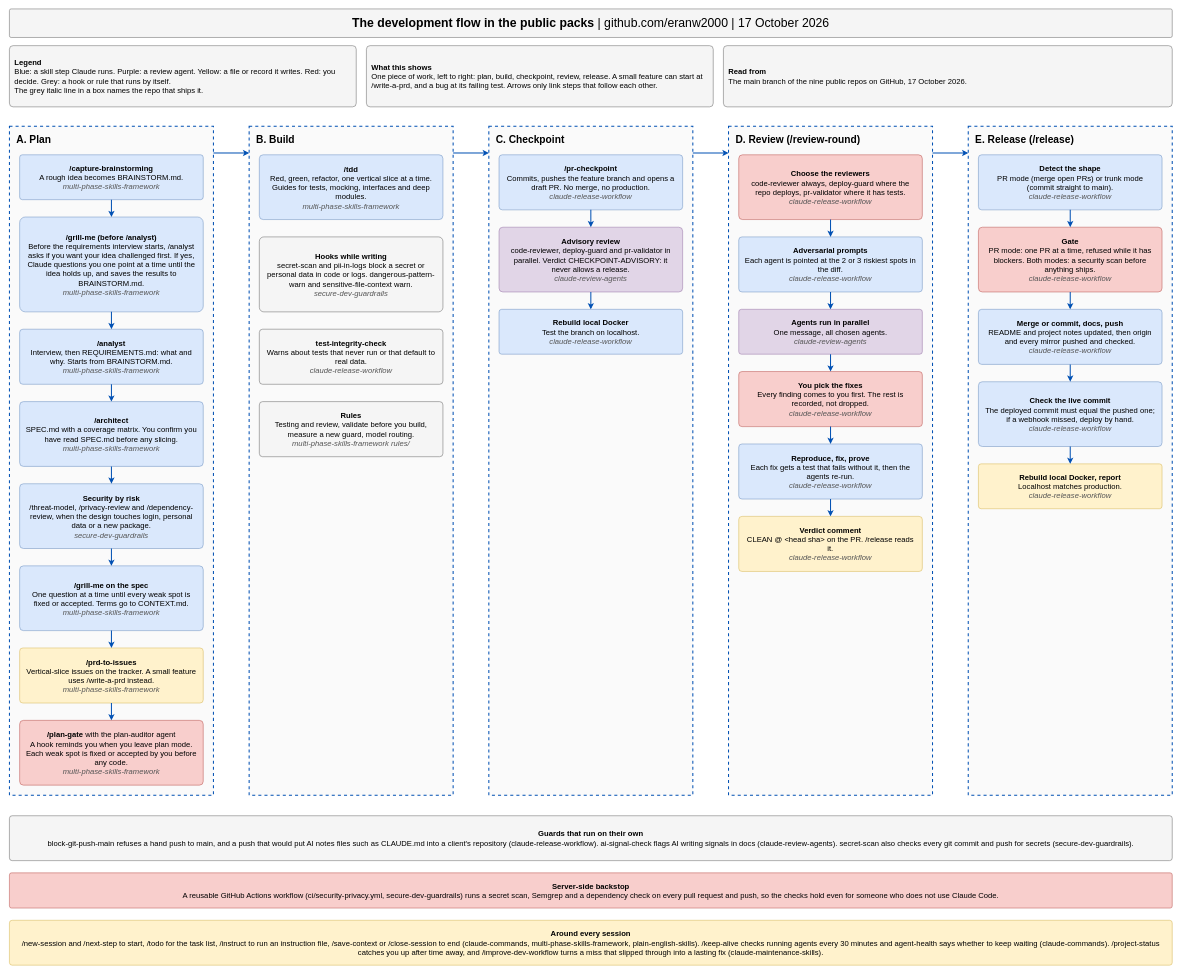
This is docs/development-flow.drawio from eranw2000/eranw2000, a draw.io file, before an edit. Source tidied: cells renumbered, new cells numbered last; positions are measured from the earlier drawing's top-left corner, leaving out a move shared by most shapes. Both pictures are drawn from the tidied source at 51%, with x=0, y=0 at pixel (9, 9).
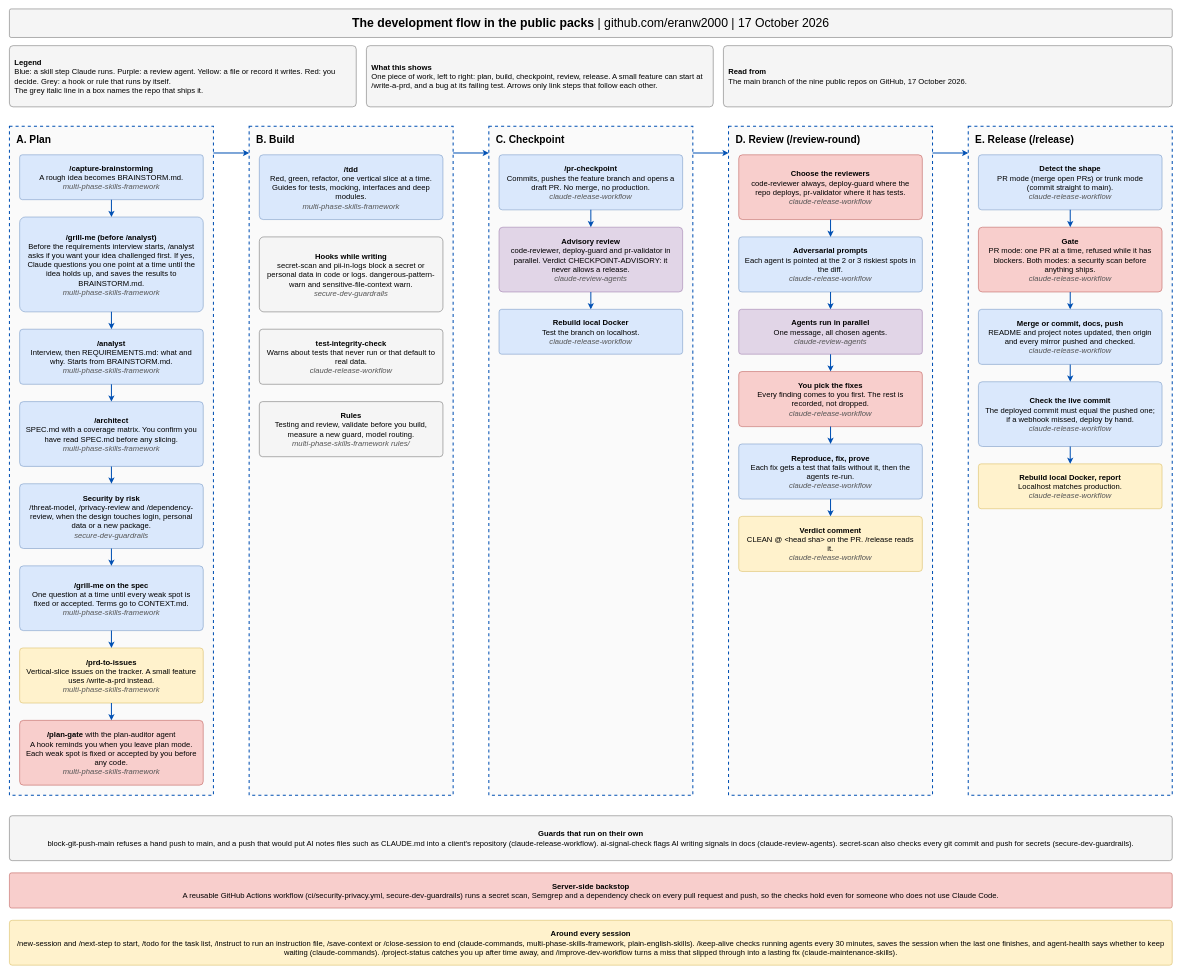
Above is the later version.

Commit message (it also covers changes not shown here):
Development flow: keep-alive saves when the last agent finishes

What changed in the source:
```diff
@@
-    <mxCell id="61" value="&lt;b&gt;Around every session&lt;/b&gt;&lt;br&gt;/new-session and /next-step to start, /todo for the task list, /instruct to run an instruction file, /save-context or /close-session to end (claude-commands, multi-phase-skills-framework, plain-english-skills). /keep-alive checks running agents every 30 minutes and agent-health says whether to keep waiting (claude-commands). /project-status catches you up after time away, and /improve-dev-workflow turns a miss that slipped through into a lasting fix (claude-maintenance-skills)." style="rounded=1;arcSize=6;whiteSpace=wrap;html=1;fillColor=#fff2cc;strokeColor=#d6b656;fontSize=15;fontFamily=Helvetica;spacing=10;align=center;verticalAlign=middle;" parent="1" vertex="1">
+    <mxCell id="61" value="&lt;b&gt;Around every session&lt;/b&gt;&lt;br&gt;/new-session and /next-step to start, /todo for the task list, /instruct to run an instruction file, /save-context or /close-session to end (claude-commands, multi-phase-skills-framework, plain-english-skills). /keep-alive checks running agents every 30 minutes, saves the session when the last one finishes, and agent-health says whether to keep waiting (claude-commands). /project-status catches you up after time away, and /improve-dev-workflow turns a miss that slipped through into a lasting fix (claude-maintenance-skills)." style="rounded=1;arcSize=6;whiteSpace=wrap;html=1;fillColor=#fff2cc;strokeColor=#d6b656;fontSize=15;fontFamily=Helvetica;spacing=10;align=center;verticalAlign=middle;" parent="1" vertex="1">
       <mxGeometry y="1787" width="2280" height="88" as="geometry" />
     </mxCell>
```
